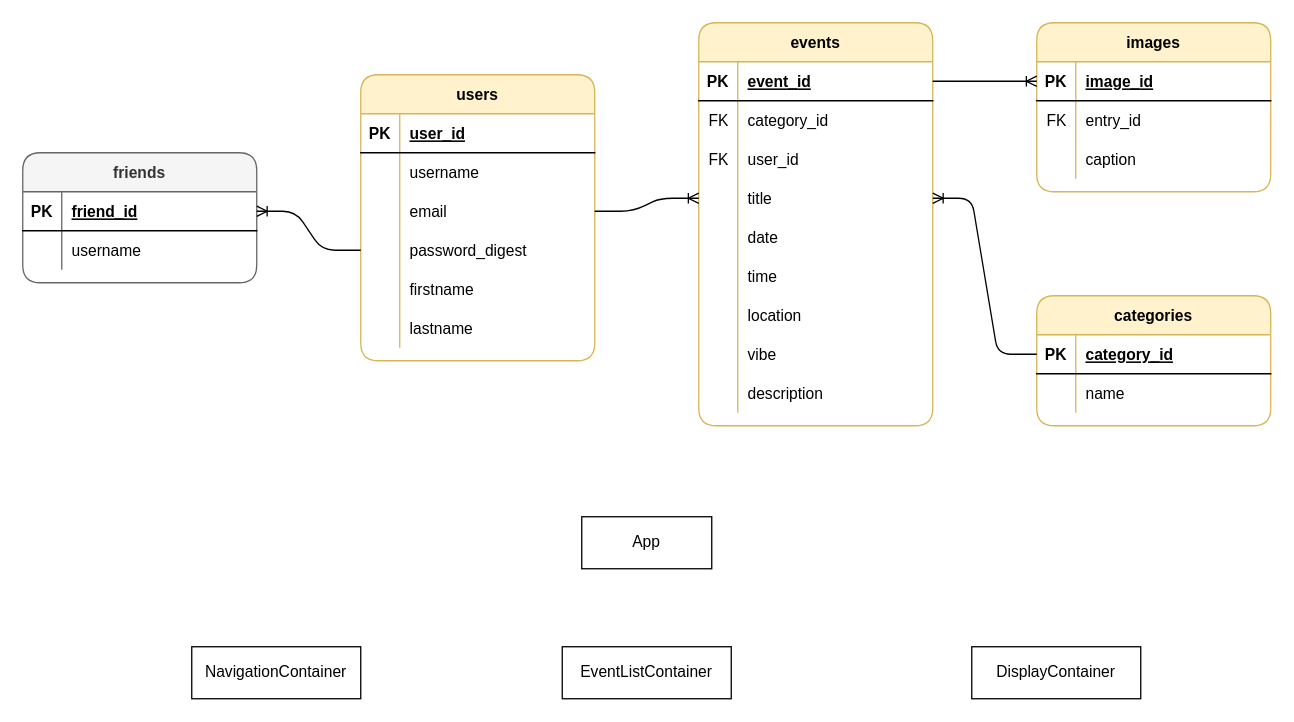
fentybit/Storybook_frontend keeps this draw.io diagram as images/storybook.drawio. Above is the earlier version. Source tidied: cells renumbered, new cells numbered last; positions are measured from the earlier drawing's top-left corner, leaving out a move shared by most shapes. Both pictures are drawn from the tidied source at 130%, with x=0, y=0 at pixel (22, 22).
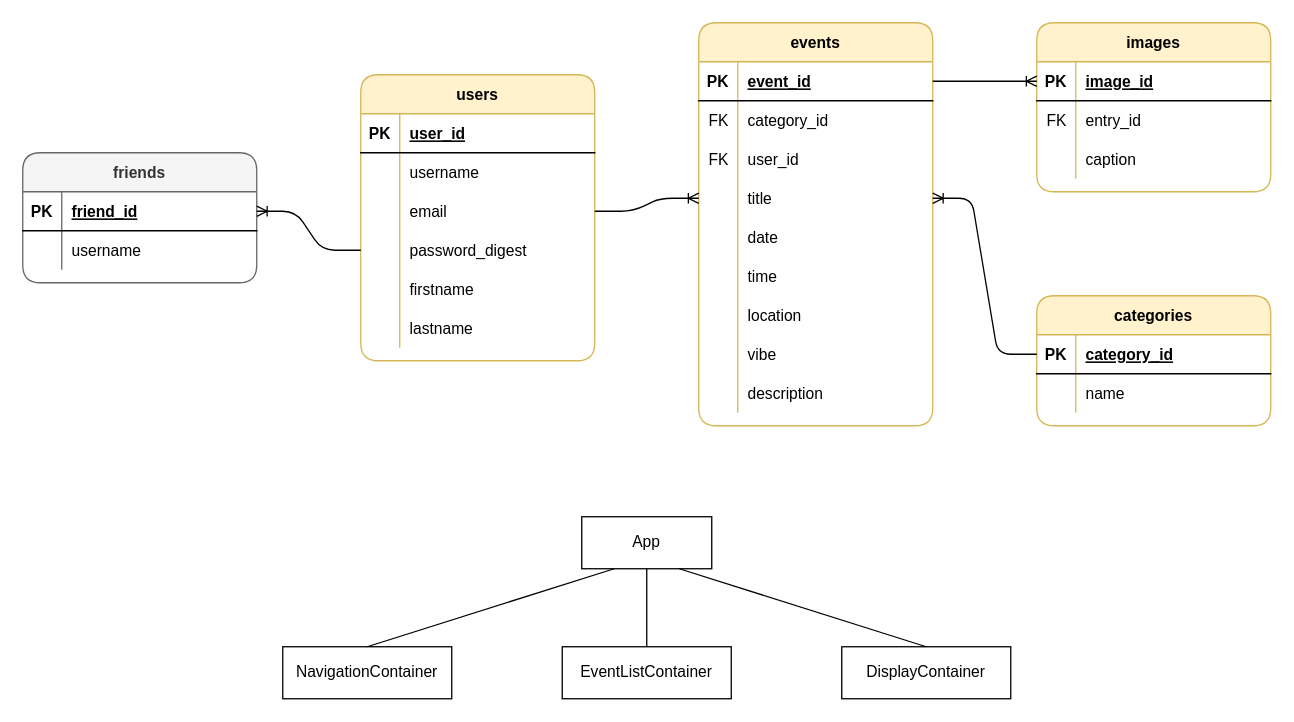
The same page after the edit.

Unchanged cells that the change refers to:
```xml
<mxCell id="80" value="App" style="whiteSpace=wrap;html=1;align=center;" parent="1" vertex="1">
  <mxGeometry x="430" y="380" width="100" height="40" as="geometry" />
</mxCell>
<mxCell id="82" value="EventListContainer" style="whiteSpace=wrap;html=1;align=center;" parent="1" vertex="1">
  <mxGeometry x="415" y="480" width="130" height="40" as="geometry" />
</mxCell>
```

The edit, as a diff of the source:
```diff
@@
     <mxCell id="81" value="NavigationContainer" style="whiteSpace=wrap;html=1;align=center;" parent="1" vertex="1">
-      <mxGeometry x="130" y="480" width="130" height="40" as="geometry" />
+      <mxGeometry x="200" y="480" width="130" height="40" as="geometry" />
     </mxCell>
@@
     <mxCell id="83" value="DisplayContainer" style="whiteSpace=wrap;html=1;align=center;" parent="1" vertex="1">
-      <mxGeometry x="730" y="480" width="130" height="40" as="geometry" />
+      <mxGeometry x="630" y="480" width="130" height="40" as="geometry" />
     </mxCell>
+    <mxCell id="84" style="endArrow=none;html=1;rounded=0;exitX=0.5;exitY=0;exitDx=0;exitDy=0;" parent="1" edge="1" source="82">
+      <mxGeometry relative="1" as="geometry">
+        <mxPoint x="480" y="420" as="targetPoint" />
+      </mxGeometry>
+    </mxCell>
+    <mxCell id="85" style="endArrow=none;html=1;rounded=0;exitX=0.5;exitY=0;exitDx=0;exitDy=0;entryX=0.75;entryY=1;entryDx=0;entryDy=0;" parent="1" edge="1" source="83" target="80">
+      <mxGeometry relative="1" as="geometry" />
+    </mxCell>
+    <mxCell id="86" style="endArrow=none;html=1;rounded=0;exitX=0.5;exitY=0;exitDx=0;exitDy=0;entryX=0.25;entryY=1;entryDx=0;entryDy=0;" parent="1" edge="1" source="81" target="80">
+      <mxGeometry relative="1" as="geometry" />
+    </mxCell>
```
